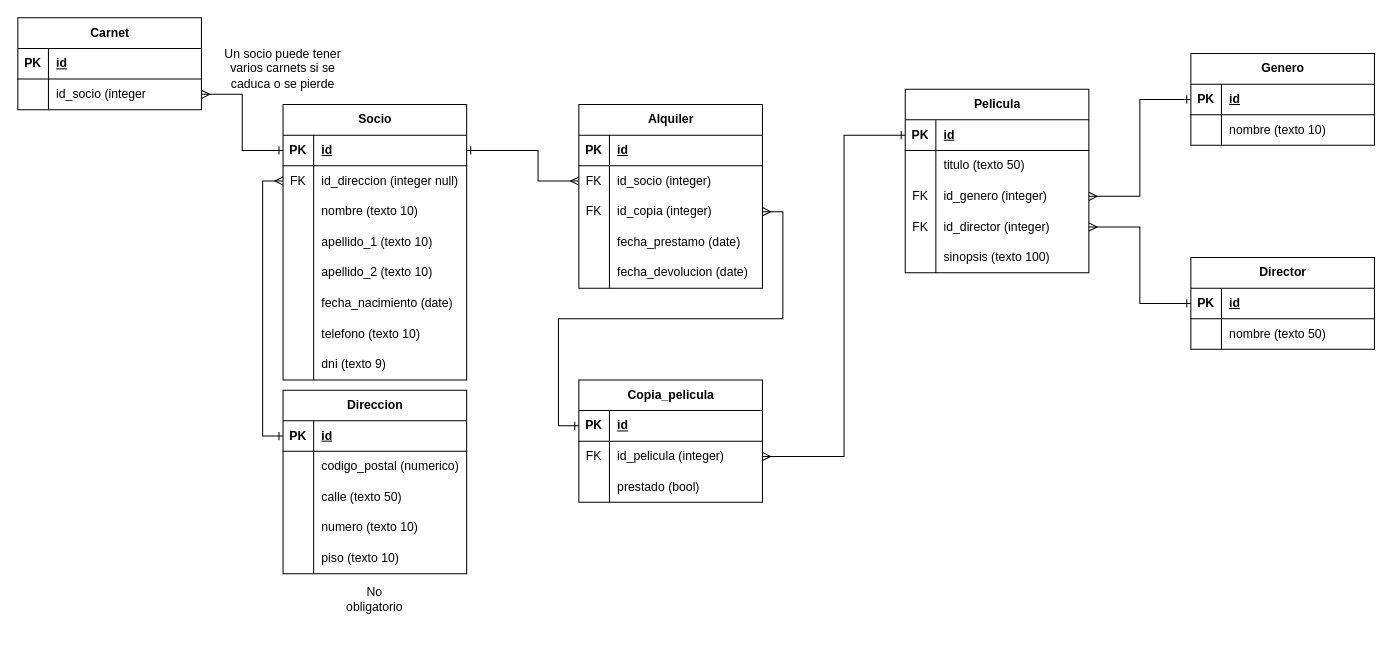
Above: practica.drawio in PaulaBCdev/practica_sql (draw.io), before the change. Source tidied: cells renumbered, new cells numbered last; positions are measured from the earlier drawing's top-left corner, leaving out a move shared by most shapes. Both pictures are drawn from the tidied source at 102%, with x=0, y=0 at pixel (17, 17).
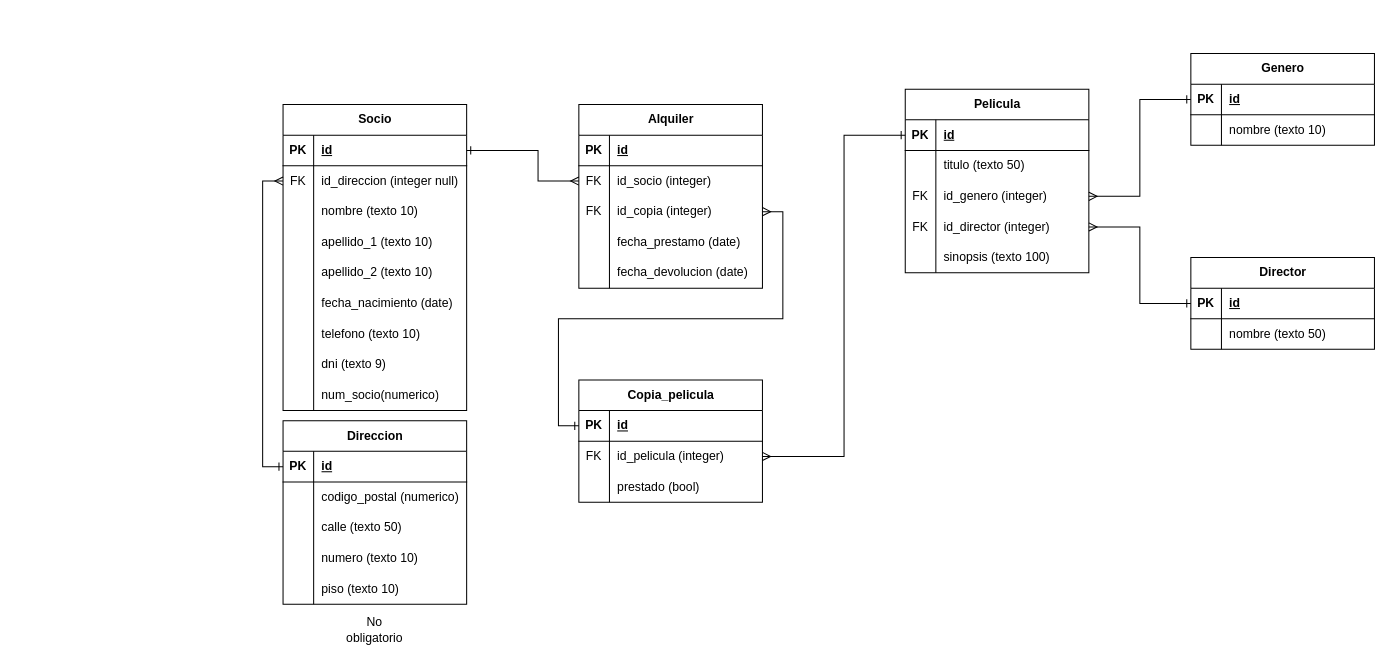
The same diagram, later.

Commit message (it also covers changes not shown here):
Cambio tabla carnet por columna num_socio en tabla socio y creacion de indices

The change refers to these unchanged cells:
```xml
<mxCell id="3" style="shape=tableRow;horizontal=0;startSize=0;swimlaneHead=0;swimlaneBody=0;fillColor=none;points=[[0,0.5],[1,0.5]];portConstraint=eastwest;top=0;left=0;right=0;bottom=1;" parent="2" vertex="1">
  <mxGeometry y="30" width="180" height="30" as="geometry" />
</mxCell>
<mxCell id="6" style="shape=tableRow;horizontal=0;startSize=0;swimlaneHead=0;swimlaneBody=0;fillColor=none;points=[[0,0.5],[1,0.5]];portConstraint=eastwest;top=0;left=0;right=0;bottom=0;" parent="2" vertex="1">
  <mxGeometry y="60" width="180" height="30" as="geometry" />
</mxCell>
<mxCell id="28" style="shape=tableRow;horizontal=0;startSize=0;swimlaneHead=0;swimlaneBody=0;fillColor=none;points=[[0,0.5],[1,0.5]];portConstraint=eastwest;top=0;left=0;right=0;bottom=1;" parent="27" vertex="1">
  <mxGeometry y="30" width="180" height="30" as="geometry" />
</mxCell>
```

Change to the diagram source:
```diff
@@
     <mxCell id="2" value="Socio" style="shape=table;startSize=30;childLayout=tableLayout;rowLines=0;fontStyle=1;align=center;html=1;" parent="1" vertex="1">
-      <mxGeometry x="260" y="85" width="180" height="270" as="geometry" />
+      <mxGeometry x="260" y="85" width="180" height="300" as="geometry" />
     </mxCell>
@@
+    <mxCell id="115" style="shape=tableRow;horizontal=0;startSize=0;swimlaneHead=0;swimlaneBody=0;fillColor=none;top=0;left=0;right=0;bottom=0;" parent="2" vertex="1">
+      <mxGeometry y="270" width="180" height="30" as="geometry" />
+    </mxCell>
+    <mxCell id="111" style="shape=partialRectangle;fillColor=none;top=0;left=0;bottom=0;right=0;overflow=hidden;whiteSpace=wrap;html=1;" parent="115" vertex="1">
+      <mxGeometry width="30" height="30" as="geometry" />
+    </mxCell>
+    <mxCell id="116" value="num_socio(numerico)" style="shape=partialRectangle;fillColor=none;top=0;left=0;bottom=0;right=0;align=left;spacingLeft=6;overflow=hidden;whiteSpace=wrap;html=1;" parent="115" vertex="1">
+      <mxGeometry x="30" width="150" height="30" as="geometry" />
+    </mxCell>
     <mxCell id="27" value="Direccion" style="shape=table;startSize=30;childLayout=tableLayout;rowLines=0;fontStyle=1;align=center;html=1;" parent="1" vertex="1">
-      <mxGeometry x="260" y="365" width="180" height="180" as="geometry" />
+      <mxGeometry x="260" y="395" width="180" height="180" as="geometry" />
     </mxCell>
@@
     <mxCell id="85" value="No obligatorio" style="text;html=1;align=center;verticalAlign=middle;whiteSpace=wrap;rounded=0;" parent="1" vertex="1">
-      <mxGeometry x="320" y="555" width="60" height="30" as="geometry" />
+      <mxGeometry x="320" y="585" width="60" height="30" as="geometry" />
     </mxCell>
@@
     <mxCell id="105" style="edgeStyle=orthogonalEdgeStyle;rounded=0;jettySize=auto;html=1;startArrow=ERone;startFill=0;endArrow=ERmany;endFill=0;" parent="1" edge="1" source="28" target="6">
       <mxGeometry relative="1" as="geometry">
         <Array as="points">
-          <mxPoint x="240" y="410" />
+          <mxPoint x="240" y="440" />
           <mxPoint x="240" y="160" />
         </Array>
       </mxGeometry>
     </mxCell>
-    <mxCell id="106" value="Carnet" style="shape=table;startSize=30;childLayout=tableLayout;rowLines=0;fontStyle=1;align=center;html=1;" parent="1" vertex="1">
-      <mxGeometry width="180" height="90" as="geometry" />
-    </mxCell>
-    <mxCell id="107" style="shape=tableRow;horizontal=0;startSize=0;swimlaneHead=0;swimlaneBody=0;fillColor=none;top=0;left=0;right=0;bottom=1;" parent="106" vertex="1">
-      <mxGeometry y="30" width="180" height="30" as="geometry" />
-    </mxCell>
-    <mxCell id="108" value="PK" style="shape=partialRectangle;fillColor=none;top=0;left=0;bottom=0;right=0;fontStyle=1;overflow=hidden;whiteSpace=wrap;html=1;" parent="107" vertex="1">
-      <mxGeometry width="30" height="30" as="geometry" />
-    </mxCell>
-    <mxCell id="109" value="id" style="shape=partialRectangle;fillColor=none;top=0;left=0;bottom=0;right=0;align=left;spacingLeft=6;fontStyle=5;overflow=hidden;whiteSpace=wrap;html=1;" parent="107" vertex="1">
-      <mxGeometry x="30" width="150" height="30" as="geometry" />
-    </mxCell>
-    <mxCell id="110" style="shape=tableRow;horizontal=0;startSize=0;swimlaneHead=0;swimlaneBody=0;fillColor=none;points=[[0,0.5],[1,0.5]];portConstraint=eastwest;top=0;left=0;right=0;bottom=0;" parent="106" vertex="1">
-      <mxGeometry y="60" width="180" height="30" as="geometry" />
-    </mxCell>
-    <mxCell id="111" style="shape=partialRectangle;fillColor=none;top=0;left=0;bottom=0;right=0;overflow=hidden;whiteSpace=wrap;html=1;" parent="110" vertex="1">
-      <mxGeometry width="30" height="30" as="geometry" />
-    </mxCell>
-    <mxCell id="112" value="id_socio (integer" style="shape=partialRectangle;fillColor=none;top=0;left=0;bottom=0;right=0;align=left;spacingLeft=6;overflow=hidden;whiteSpace=wrap;html=1;" parent="110" vertex="1">
-      <mxGeometry x="30" width="150" height="30" as="geometry" />
-    </mxCell>
-    <mxCell id="113" style="edgeStyle=orthogonalEdgeStyle;rounded=0;jettySize=auto;html=1;startArrow=ERone;startFill=0;endArrow=ERmany;endFill=0;" parent="1" edge="1" source="3" target="110">
-      <mxGeometry relative="1" as="geometry" />
-    </mxCell>
-    <mxCell id="114" value="Un socio puede tener varios carnets si se caduca o se pierde" style="text;html=1;align=center;verticalAlign=middle;whiteSpace=wrap;rounded=0;" parent="1" vertex="1">
-      <mxGeometry x="190" y="35" width="140" height="30" as="geometry" />
-    </mxCell>
```
